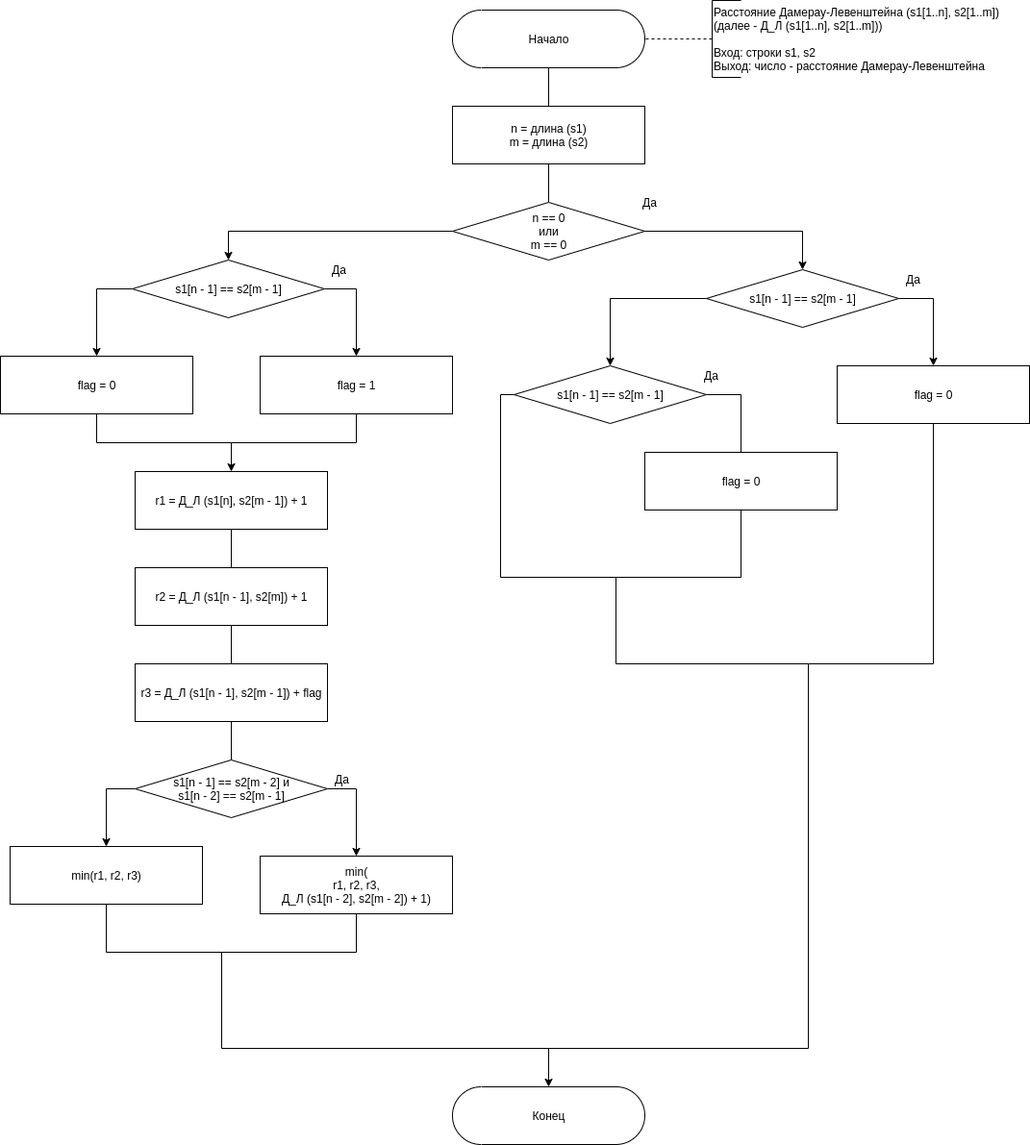
Earlier version of the draw.io export lab_01/docs/img/dam_lev.png (amunra2/aa-bmstu-iu7). Source tidied: cells renumbered, new cells last; positions are measured from the earlier drawing's top-left corner, leaving out a move shared by most shapes.
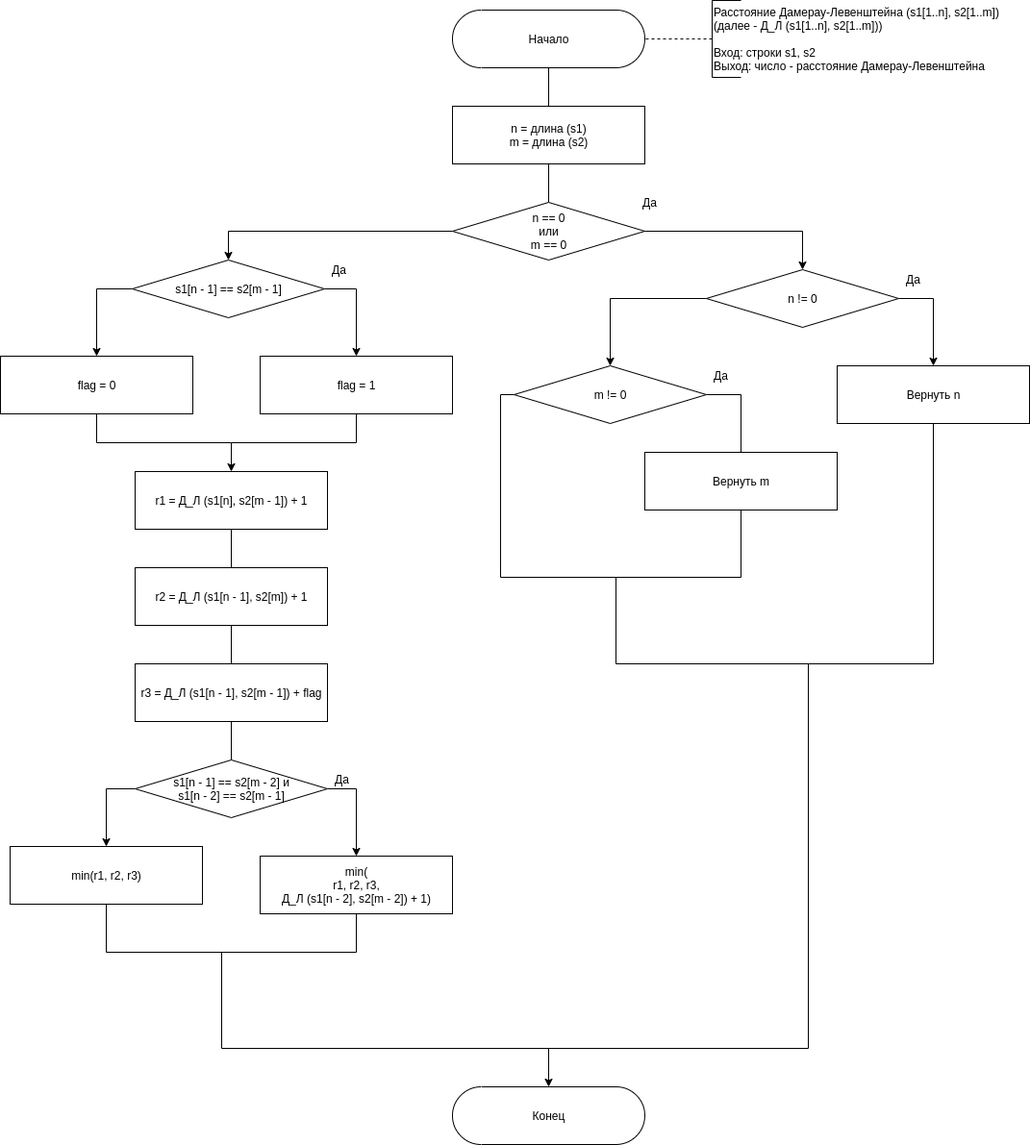
The same diagram one commit later.

What changed in the source:
```diff
@@ -75,7 +75,7 @@
     <mxCell id="21" style="edgeStyle=orthogonalEdgeStyle;rounded=0;jettySize=auto;html=1;exitX=1;exitY=0.5;exitDx=0;exitDy=0;entryX=0.5;entryY=0;entryDx=0;entryDy=0;" parent="1" edge="1" source="22" target="27">
       <mxGeometry relative="1" as="geometry" />
     </mxCell>
-    <mxCell id="22" value="s1[n - 1] == s2[m - 1]" style="shape=rhombus;html=1;dashed=0;whitespace=wrap;perimeter=rhombusPerimeter;" parent="1" vertex="1">
+    <mxCell id="22" value="n != 0" style="shape=rhombus;html=1;dashed=0;whitespace=wrap;perimeter=rhombusPerimeter;" parent="1" vertex="1">
       <mxGeometry x="734" y="280" width="200" height="60" as="geometry" />
     </mxCell>
     <mxCell id="23" style="edgeStyle=orthogonalEdgeStyle;rounded=0;jettySize=auto;html=1;exitX=1;exitY=0.5;exitDx=0;exitDy=0;entryX=0.5;entryY=0;entryDx=0;entryDy=0;" parent="1" edge="1" target="29">
@@ -96,7 +96,7 @@
         </Array>
       </mxGeometry>
     </mxCell>
-    <mxCell id="25" value="s1[n - 1] == s2[m - 1]" style="shape=rhombus;html=1;dashed=0;whitespace=wrap;perimeter=rhombusPerimeter;" parent="1" vertex="1">
+    <mxCell id="25" value="m != 0" style="shape=rhombus;html=1;dashed=0;whitespace=wrap;perimeter=rhombusPerimeter;" parent="1" vertex="1">
       <mxGeometry x="534" y="380" width="200" height="60" as="geometry" />
     </mxCell>
     <mxCell id="26" style="edgeStyle=orthogonalEdgeStyle;rounded=0;jettySize=auto;html=1;exitX=0.5;exitY=1;exitDx=0;exitDy=0;entryX=0.5;entryY=0.5;entryDx=0;entryDy=-30;entryPerimeter=0;" parent="1" edge="1" source="27" target="46">
@@ -109,7 +109,7 @@
         </Array>
       </mxGeometry>
     </mxCell>
-    <mxCell id="27" value="flag = 0" style="html=1;dashed=0;whitespace=wrap;" parent="1" vertex="1">
+    <mxCell id="27" value="Вернуть n" style="html=1;dashed=0;whitespace=wrap;" parent="1" vertex="1">
       <mxGeometry x="870" y="380" width="200" height="60" as="geometry" />
     </mxCell>
     <mxCell id="28" style="edgeStyle=orthogonalEdgeStyle;rounded=0;jettySize=auto;html=1;exitX=0.5;exitY=1;exitDx=0;exitDy=0;endArrow=none;endFill=0;" parent="1" edge="1" source="29">
@@ -122,11 +122,11 @@
         </Array>
       </mxGeometry>
     </mxCell>
-    <mxCell id="29" value="flag = 0" style="html=1;dashed=0;whitespace=wrap;" parent="1" vertex="1">
+    <mxCell id="29" value="Вернуть m" style="html=1;dashed=0;whitespace=wrap;" parent="1" vertex="1">
       <mxGeometry x="670" y="470" width="200" height="60" as="geometry" />
     </mxCell>
     <mxCell id="30" value="Да" style="text;html=1;align=center;verticalAlign=middle;strokeColor=none;" parent="1" vertex="1">
-      <mxGeometry x="724" y="380" width="30" height="20" as="geometry" />
+      <mxGeometry x="734" y="380" width="30" height="20" as="geometry" />
     </mxCell>
     <mxCell id="31" value="Да" style="text;html=1;align=center;verticalAlign=middle;strokeColor=none;" parent="1" vertex="1">
       <mxGeometry x="934" y="280" width="30" height="20" as="geometry" />
```
